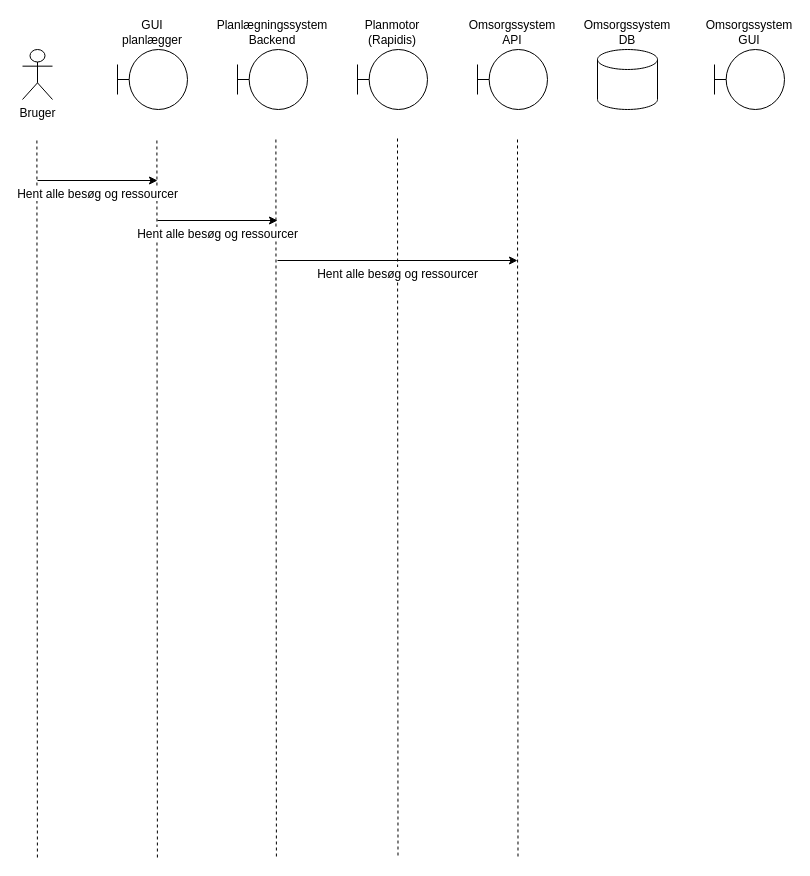
Earlier version of the draw.io diagram Untitled Diagram.drawio (Zaladk/drawio). Source tidied: cells renumbered, new cells numbered last; positions are measured from the earlier drawing's top-left corner, leaving out a move shared by most shapes. Both pictures are drawn from the tidied source at 100%, with x=0, y=0 at pixel (22, 49).
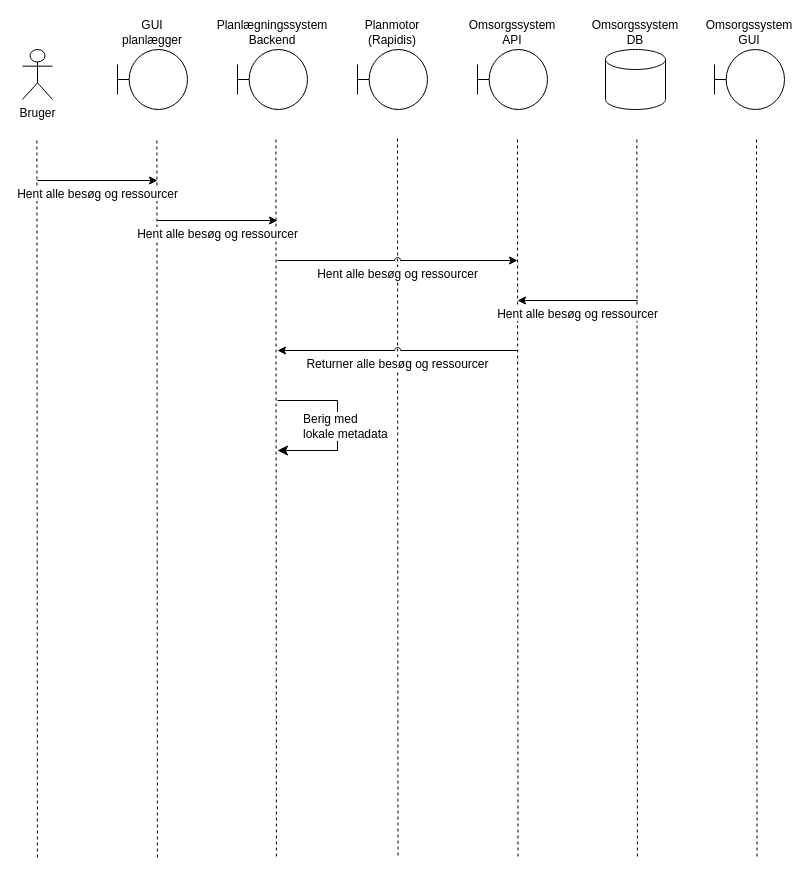
The same diagram, later.

Diff of the diagram source:
```diff
@@
     <mxCell id="9" value="Omsorgssystem DB" style="strokeWidth=1;html=1;shape=mxgraph.flowchart.database;whiteSpace=wrap;strokeColor=default;align=center;verticalAlign=bottom;fontFamily=Helvetica;fontSize=12;fontColor=default;fillColor=default;labelPosition=center;verticalLabelPosition=top;" parent="1" vertex="1">
-      <mxGeometry x="575" width="60" height="60" as="geometry" />
+      <mxGeometry x="583" width="60" height="60" as="geometry" />
     </mxCell>
@@
-    <mxCell id="16" value="Hent alle besøg og ressourcer" style="endArrow=classic;html=1;rounded=0;fontFamily=Helvetica;fontSize=12;fontColor=default;labelPosition=center;verticalLabelPosition=bottom;align=center;verticalAlign=top;curved=0;strokeColor=default;" parent="1" edge="1">
+    <mxCell id="16" value="Hent alle besøg og ressourcer" style="endArrow=classic;html=1;rounded=0;fontFamily=Helvetica;fontSize=12;fontColor=default;labelPosition=center;verticalLabelPosition=bottom;align=center;verticalAlign=top;curved=0;strokeColor=default;jumpStyle=arc;" parent="1" edge="1">
       <mxGeometry relative="1" as="geometry">
         <mxPoint x="255" y="211" as="sourcePoint" />
         <mxPoint x="495" y="211" as="targetPoint" />
       </mxGeometry>
     </mxCell>
+    <mxCell id="17" style="endArrow=none;html=1;rounded=0;dashed=1;" parent="1" edge="1">
+      <mxGeometry relative="1" as="geometry">
+        <mxPoint x="614.9" y="807" as="sourcePoint" />
+        <mxPoint x="614.4" y="87" as="targetPoint" />
+      </mxGeometry>
+    </mxCell>
+    <mxCell id="18" style="endArrow=none;html=1;rounded=0;dashed=1;" parent="1" edge="1">
+      <mxGeometry relative="1" as="geometry">
+        <mxPoint x="734.5" y="807" as="sourcePoint" />
+        <mxPoint x="734" y="87" as="targetPoint" />
+      </mxGeometry>
+    </mxCell>
+    <mxCell id="19" value="Hent alle besøg og ressourcer" style="endArrow=none;html=1;rounded=0;fontFamily=Helvetica;fontSize=12;fontColor=default;labelPosition=center;verticalLabelPosition=bottom;align=center;verticalAlign=top;startArrow=classic;startFill=1;" parent="1" edge="1">
+      <mxGeometry relative="1" as="geometry">
+        <mxPoint x="495" y="251" as="sourcePoint" />
+        <mxPoint x="615" y="251" as="targetPoint" />
+      </mxGeometry>
+    </mxCell>
+    <mxCell id="20" value="Returner alle besøg og ressourcer" style="endArrow=none;html=1;rounded=0;fontFamily=Helvetica;fontSize=12;fontColor=default;labelPosition=center;verticalLabelPosition=bottom;align=center;verticalAlign=top;curved=0;strokeColor=default;jumpStyle=arc;startFill=1;startArrow=classic;" parent="1" edge="1">
+      <mxGeometry relative="1" as="geometry">
+        <mxPoint x="255" y="301" as="sourcePoint" />
+        <mxPoint x="495" y="301" as="targetPoint" />
+      </mxGeometry>
+    </mxCell>
+    <mxCell id="21" style="edgeStyle=elbowEdgeStyle;elbow=horizontal;endArrow=classic;html=1;curved=0;rounded=0;endSize=8;startSize=8;fontFamily=Helvetica;fontSize=12;fontColor=default;" parent="1" edge="1">
+      <mxGeometry relative="1" as="geometry">
+        <mxPoint x="255" y="351" as="sourcePoint" />
+        <mxPoint x="255" y="401" as="targetPoint" />
+        <Array as="points">
+          <mxPoint x="315" y="371" />
+        </Array>
+      </mxGeometry>
+    </mxCell>
+    <mxCell id="22" value="Berig med&lt;div&gt;lokale metadata&lt;/div&gt;" style="edgeLabel;html=1;align=left;verticalAlign=middle;strokeColor=default;fontFamily=Helvetica;fontSize=12;fontColor=default;fillColor=default;labelPosition=right;verticalLabelPosition=middle;" parent="21" vertex="1">
+      <mxGeometry x="-0.46" y="-2" relative="1" as="geometry">
+        <mxPoint x="-22" y="23" as="offset" />
+      </mxGeometry>
+    </mxCell>
```
